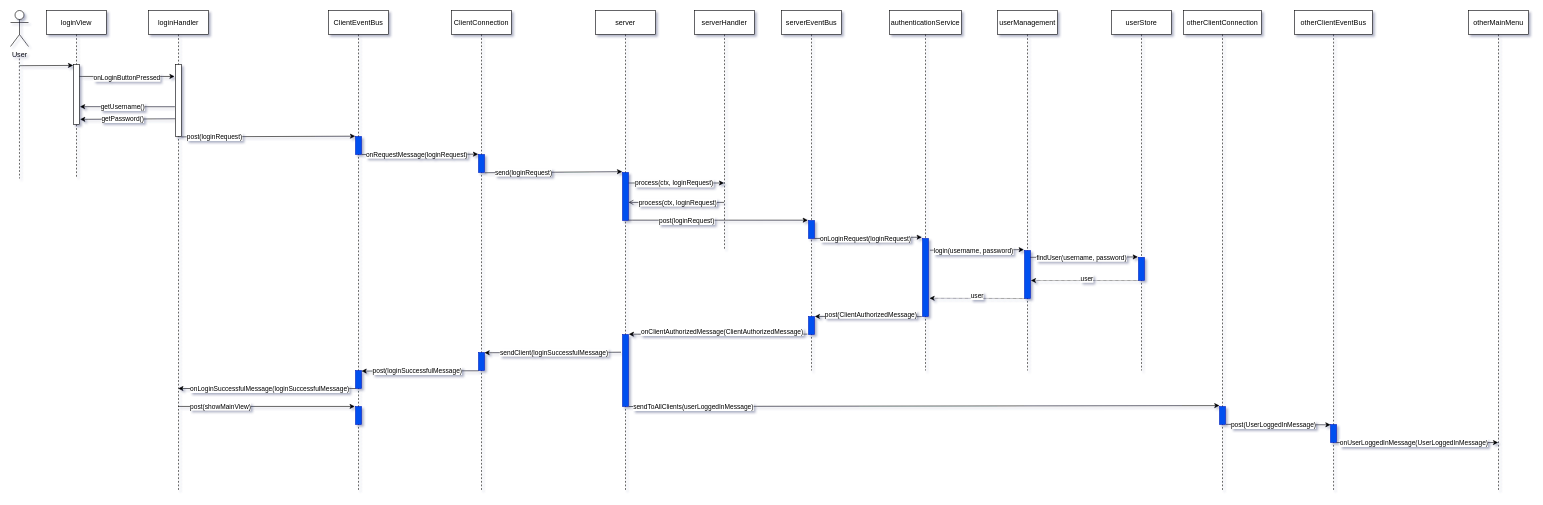
Above: client/src/main/java/de/uol/swp/client/auth/loginSeqDiagram.drawio in moritzscheer/swp2022a (draw.io), before the change. Source tidied: cells renumbered, new cells numbered last; positions are measured from the earlier drawing's top-left corner, leaving out a move shared by most shapes. Both pictures are drawn from the tidied source at 60%, with x=0, y=0 at pixel (10, 10).
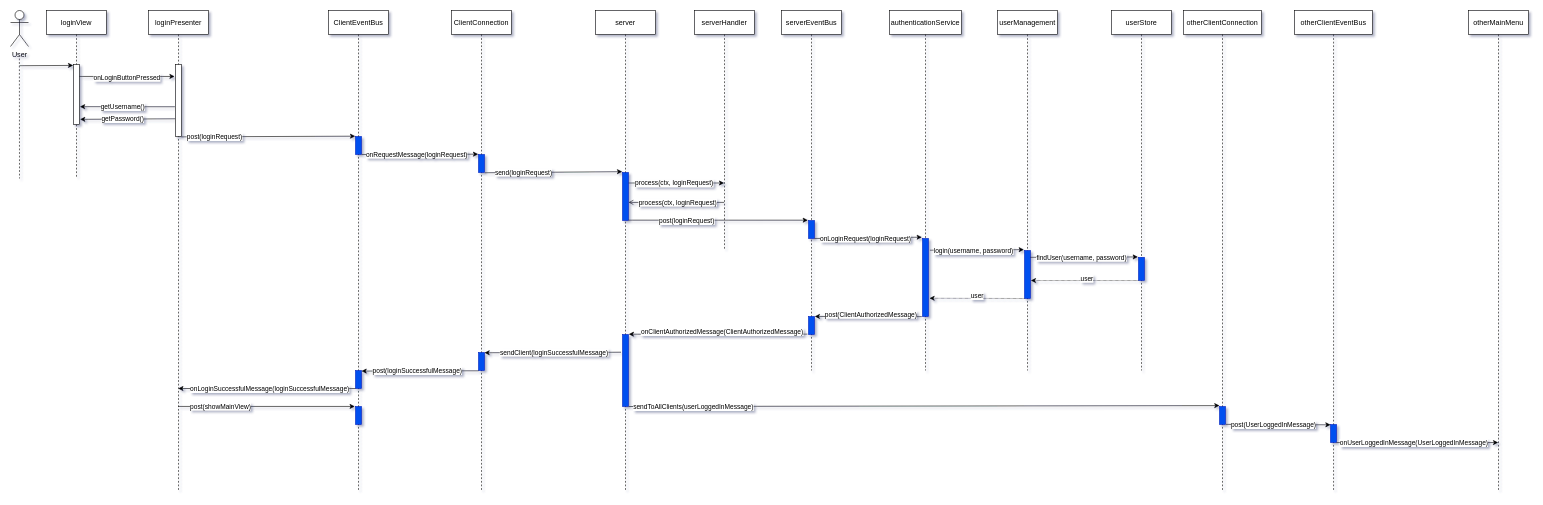
Above is the later version.

The edit, as a diff of the source:
```diff
@@
-    <mxCell id="2" value="loginHandler" style="shape=umlLifeline;perimeter=lifelinePerimeter;whiteSpace=wrap;html=1;outlineConnect=0;rounded=0;" parent="1" vertex="1">
+    <mxCell id="2" value="loginPresenter" style="shape=umlLifeline;perimeter=lifelinePerimeter;whiteSpace=wrap;html=1;outlineConnect=0;rounded=0;" parent="1" vertex="1">
       <mxGeometry x="230" width="100" height="800" as="geometry" />
     </mxCell>
```
